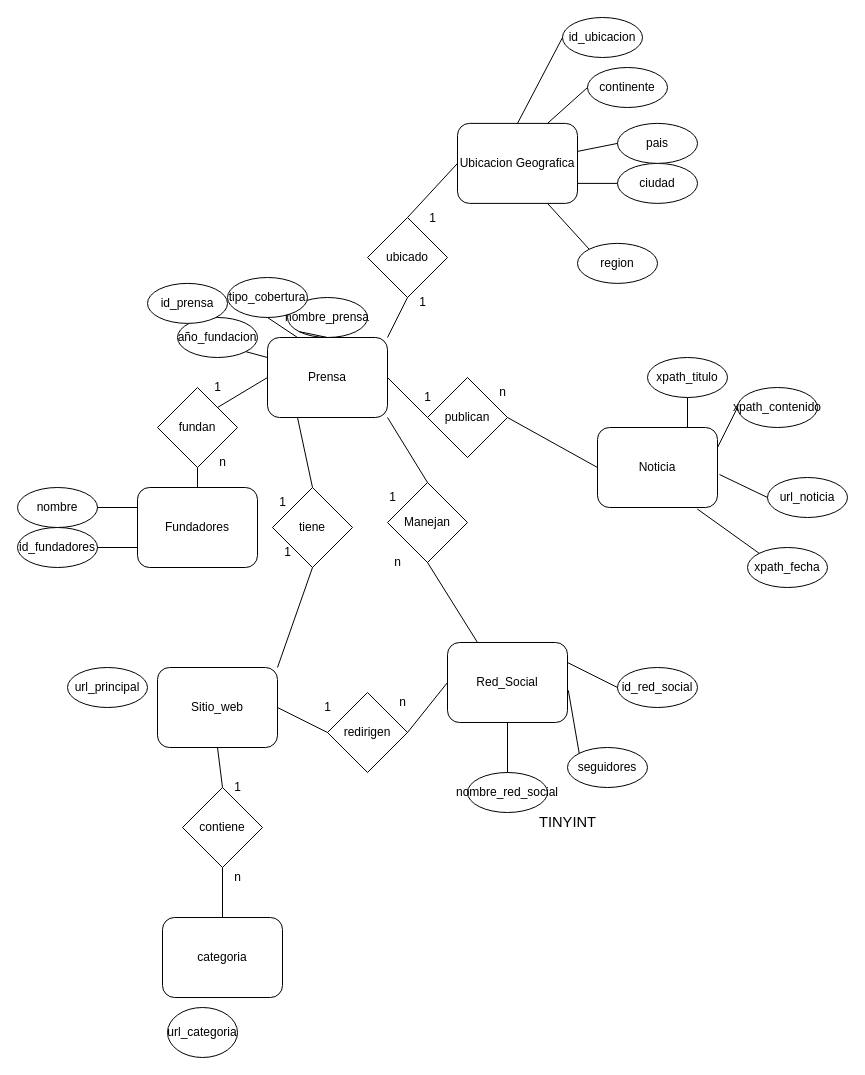
Earlier version of the draw.io diagram Parte-A/CubaMedios.drawio (Paskiben/INFO133-equipo12). Source tidied: cells renumbered, new cells numbered last; positions are measured from the earlier drawing's top-left corner, leaving out a move shared by most shapes. Both pictures are drawn from the tidied source at 100%, with x=0, y=0 at pixel (17, 17).
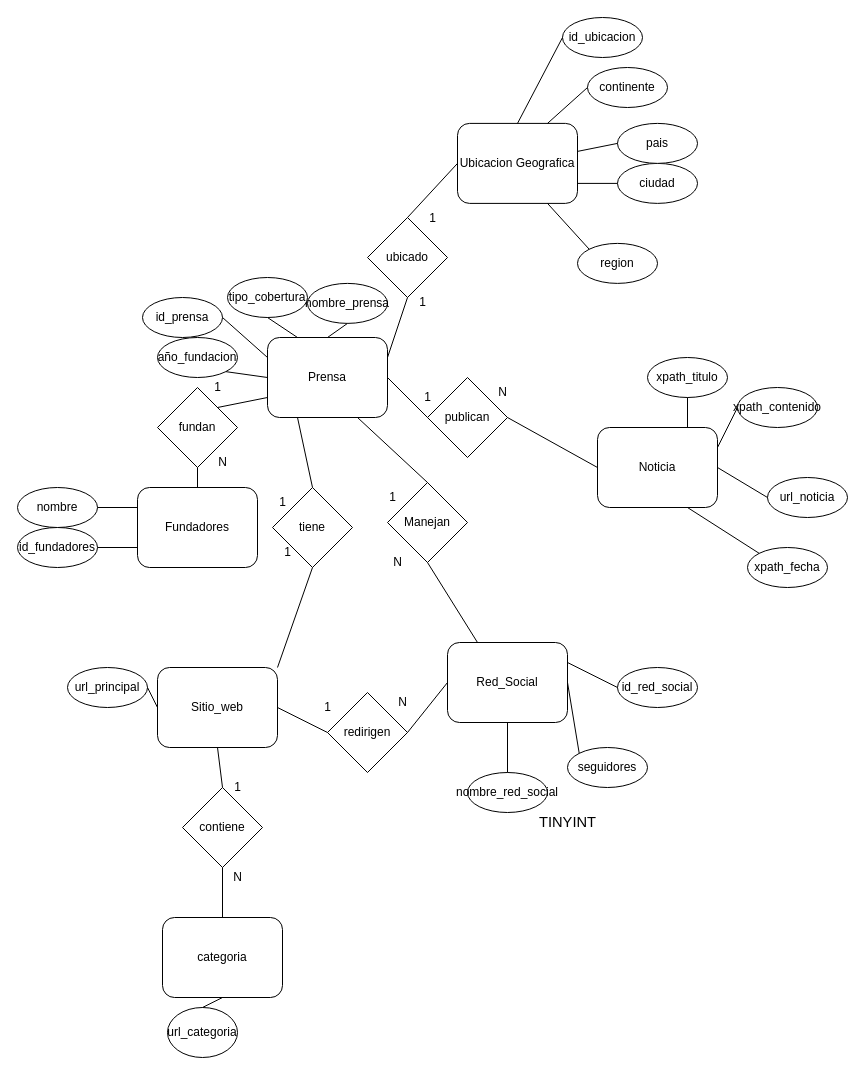
The same page after the edit.

Commit message (it also covers changes not shown here):
Co-authored-by: Espadex <UnEspada@users.noreply.github.com>

The change refers to these unchanged cells:
```xml
<mxCell id="10" value="Prensa" style="rounded=1;whiteSpace=wrap;html=1;" parent="1" vertex="1">
  <mxGeometry x="250" y="320" width="120" height="80" as="geometry" />
</mxCell>
<mxCell id="14" value="Red_Social" style="rounded=1;whiteSpace=wrap;html=1;" parent="1" vertex="1">
  <mxGeometry x="430" y="625" width="120" height="80" as="geometry" />
</mxCell>
<mxCell id="27" value="Noticia" style="rounded=1;whiteSpace=wrap;html=1;" parent="1" vertex="1">
  <mxGeometry x="580" y="410" width="120" height="80" as="geometry" />
</mxCell>
<mxCell id="28" value="url_noticia" style="ellipse;whiteSpace=wrap;html=1;" parent="1" vertex="1">
  <mxGeometry x="750" y="460" width="80" height="40" as="geometry" />
</mxCell>
<mxCell id="30" value="xpath_fecha" style="ellipse;whiteSpace=wrap;html=1;" parent="1" vertex="1">
  <mxGeometry x="730" y="530" width="80" height="40" as="geometry" />
</mxCell>
<mxCell id="36" value="fundan" style="rhombus;whiteSpace=wrap;html=1;" parent="1" vertex="1">
  <mxGeometry x="140" y="370" width="80" height="80" as="geometry" />
</mxCell>
<mxCell id="40" value="Manejan" style="rhombus;whiteSpace=wrap;html=1;" parent="1" vertex="1">
  <mxGeometry x="370" y="465" width="80" height="80" as="geometry" />
</mxCell>
<mxCell id="46" value="ubicado" style="rhombus;whiteSpace=wrap;html=1;" parent="1" vertex="1">
  <mxGeometry x="350" y="200" width="80" height="80" as="geometry" />
</mxCell>
<mxCell id="56" value="seguidores" style="ellipse;whiteSpace=wrap;html=1;" parent="1" vertex="1">
  <mxGeometry x="550" y="730" width="80" height="40" as="geometry" />
</mxCell>
<mxCell id="58" value="categoria" style="rounded=1;whiteSpace=wrap;html=1;" parent="1" vertex="1">
  <mxGeometry x="145" y="900" width="120" height="80" as="geometry" />
</mxCell>
<mxCell id="59" value="url_categoria" style="ellipse;whiteSpace=wrap;html=1;" parent="1" vertex="1">
  <mxGeometry x="150" y="990" width="70" height="50" as="geometry" />
</mxCell>
<mxCell id="60" value="Sitio_web" style="rounded=1;whiteSpace=wrap;html=1;" parent="1" vertex="1">
  <mxGeometry x="140" y="650" width="120" height="80" as="geometry" />
</mxCell>
<mxCell id="77" value="url_principal" style="ellipse;whiteSpace=wrap;html=1;" parent="1" vertex="1">
  <mxGeometry x="50" y="650" width="80" height="40" as="geometry" />
</mxCell>
```

The edit, as a diff of the source:
```diff
@@
     <mxCell id="2" value="nombre_prensa" style="ellipse;whiteSpace=wrap;html=1;" parent="1" vertex="1">
-      <mxGeometry x="270" y="280" width="80" height="40" as="geometry" />
+      <mxGeometry x="290" y="265.9" width="80" height="40" as="geometry" />
     </mxCell>
@@
     <mxCell id="11" value="año_fundacion" style="ellipse;whiteSpace=wrap;html=1;" parent="1" vertex="1">
-      <mxGeometry x="160" y="300" width="80" height="40" as="geometry" />
+      <mxGeometry x="140" y="320" width="80" height="40" as="geometry" />
     </mxCell>
@@
-    <mxCell id="22" style="endArrow=none;html=1;entryX=1;entryY=1;entryDx=0;entryDy=0;exitX=0;exitY=0.25;exitDx=0;exitDy=0;" parent="1" edge="1" source="10" target="11">
+    <mxCell id="22" style="endArrow=none;html=1;entryX=1;entryY=1;entryDx=0;entryDy=0;exitX=0;exitY=0.5;exitDx=0;exitDy=0;" parent="1" edge="1" source="10" target="11">
       <mxGeometry relative="1" as="geometry" />
     </mxCell>
@@
-    <mxCell id="24" style="endArrow=none;html=1;entryX=0;entryY=1;entryDx=0;entryDy=0;exitX=0.5;exitY=0;exitDx=0;exitDy=0;" parent="1" edge="1" source="10" target="2">
+    <mxCell id="24" style="endArrow=none;html=1;entryX=0.5;entryY=1;entryDx=0;entryDy=0;exitX=0.5;exitY=0;exitDx=0;exitDy=0;" parent="1" edge="1" source="10" target="2">
       <mxGeometry relative="1" as="geometry" />
     </mxCell>
@@
-    <mxCell id="29" style="endArrow=none;html=1;entryX=0;entryY=0.5;entryDx=0;entryDy=0;exitX=1.017;exitY=0.588;exitDx=0;exitDy=0;exitPerimeter=0;" parent="1" edge="1" source="27" target="28">
+    <mxCell id="29" style="endArrow=none;html=1;entryX=0;entryY=0.5;entryDx=0;entryDy=0;exitX=1;exitY=0.5;exitDx=0;exitDy=0;" parent="1" edge="1" source="27" target="28">
       <mxGeometry relative="1" as="geometry" />
     </mxCell>
@@
-    <mxCell id="33" style="endArrow=none;html=1;entryX=0;entryY=0;entryDx=0;entryDy=0;exitX=0.831;exitY=1.018;exitDx=0;exitDy=0;exitPerimeter=0;" parent="1" edge="1" source="27" target="30">
+    <mxCell id="33" style="endArrow=none;html=1;entryX=0;entryY=0;entryDx=0;entryDy=0;exitX=0.75;exitY=1;exitDx=0;exitDy=0;" parent="1" edge="1" source="27" target="30">
       <mxGeometry relative="1" as="geometry" />
     </mxCell>
@@
-    <mxCell id="38" style="endArrow=none;html=1;entryX=1;entryY=0;entryDx=0;entryDy=0;exitX=0;exitY=0.5;exitDx=0;exitDy=0;" parent="1" edge="1" source="10" target="36">
+    <mxCell id="38" style="endArrow=none;html=1;entryX=1;entryY=0;entryDx=0;entryDy=0;exitX=0;exitY=0.75;exitDx=0;exitDy=0;" parent="1" edge="1" source="10" target="36">
       <mxGeometry relative="1" as="geometry" />
     </mxCell>
-    <mxCell id="39" value="n" style="text;html=1;align=center;verticalAlign=middle;strokeColor=none;fillColor=none;" parent="1" vertex="1">
+    <mxCell id="39" value="N" style="text;html=1;align=center;verticalAlign=middle;strokeColor=none;fillColor=none;" parent="1" vertex="1">
       <mxGeometry x="190" y="430" width="30" height="30" as="geometry" />
     </mxCell>
@@
-    <mxCell id="42" style="endArrow=none;html=1;entryX=0.5;entryY=0;entryDx=0;entryDy=0;exitX=1;exitY=1;exitDx=0;exitDy=0;" parent="1" edge="1" source="10" target="40">
+    <mxCell id="42" style="endArrow=none;html=1;entryX=0.5;entryY=0;entryDx=0;entryDy=0;exitX=0.75;exitY=1;exitDx=0;exitDy=0;" parent="1" edge="1" source="10" target="40">
       <mxGeometry relative="1" as="geometry" />
     </mxCell>
-    <mxCell id="43" value="n" style="text;html=1;align=center;verticalAlign=middle;strokeColor=none;fillColor=none;" parent="1" vertex="1">
+    <mxCell id="43" value="N" style="text;html=1;align=center;verticalAlign=middle;strokeColor=none;fillColor=none;" parent="1" vertex="1">
       <mxGeometry x="365" y="530" width="30" height="30" as="geometry" />
     </mxCell>
@@
-    <mxCell id="47" style="endArrow=none;html=1;entryX=0.5;entryY=1;entryDx=0;entryDy=0;exitX=1;exitY=0;exitDx=0;exitDy=0;" parent="1" edge="1" source="10" target="46">
+    <mxCell id="47" style="endArrow=none;html=1;entryX=0.5;entryY=1;entryDx=0;entryDy=0;exitX=1;exitY=0.25;exitDx=0;exitDy=0;" parent="1" edge="1" source="10" target="46">
       <mxGeometry relative="1" as="geometry" />
     </mxCell>
@@
-    <mxCell id="55" value="n" style="text;html=1;align=center;verticalAlign=middle;strokeColor=none;fillColor=none;" parent="1" vertex="1">
+    <mxCell id="55" value="N" style="text;html=1;align=center;verticalAlign=middle;strokeColor=none;fillColor=none;" parent="1" vertex="1">
       <mxGeometry x="470" y="360" width="30" height="30" as="geometry" />
     </mxCell>
@@
-    <mxCell id="57" style="endArrow=none;html=1;entryX=0;entryY=0;entryDx=0;entryDy=0;exitX=1.007;exitY=0.599;exitDx=0;exitDy=0;exitPerimeter=0;" parent="1" edge="1" source="14" target="56">
+    <mxCell id="57" style="endArrow=none;html=1;entryX=0;entryY=0;entryDx=0;entryDy=0;exitX=1;exitY=0.5;exitDx=0;exitDy=0;" parent="1" edge="1" source="14" target="56">
       <mxGeometry relative="1" as="geometry" />
     </mxCell>
@@
-    <mxCell id="70" value="n" style="text;html=1;align=center;verticalAlign=middle;strokeColor=none;fillColor=none;" parent="1" vertex="1">
+    <mxCell id="70" value="N" style="text;html=1;align=center;verticalAlign=middle;strokeColor=none;fillColor=none;" parent="1" vertex="1">
       <mxGeometry x="370" y="670" width="30" height="30" as="geometry" />
     </mxCell>
@@
-    <mxCell id="75" value="n" style="text;html=1;align=center;verticalAlign=middle;strokeColor=none;fillColor=none;" parent="1" vertex="1">
+    <mxCell id="75" value="N" style="text;html=1;align=center;verticalAlign=middle;strokeColor=none;fillColor=none;" parent="1" vertex="1">
       <mxGeometry x="205" y="845" width="30" height="30" as="geometry" />
     </mxCell>
@@
     <mxCell id="82" value="id_prensa" style="ellipse;whiteSpace=wrap;html=1;" parent="1" vertex="1">
-      <mxGeometry x="130" y="265.9" width="80" height="40" as="geometry" />
+      <mxGeometry x="125" y="280" width="80" height="40" as="geometry" />
     </mxCell>
+    <mxCell id="83" style="endArrow=none;html=1;entryX=1;entryY=0.5;entryDx=0;entryDy=0;exitX=0;exitY=0.25;exitDx=0;exitDy=0;" parent="1" edge="1" source="10" target="82">
+      <mxGeometry relative="1" as="geometry" />
+    </mxCell>
+    <mxCell id="84" style="endArrow=none;html=1;entryX=0.5;entryY=0;entryDx=0;entryDy=0;exitX=0.5;exitY=1;exitDx=0;exitDy=0;" parent="1" edge="1" source="58" target="59">
+      <mxGeometry relative="1" as="geometry" />
+    </mxCell>
+    <mxCell id="85" style="endArrow=none;html=1;entryX=0;entryY=0.5;entryDx=0;entryDy=0;exitX=1;exitY=0.5;exitDx=0;exitDy=0;" parent="1" edge="1" source="77" target="60">
+      <mxGeometry relative="1" as="geometry" />
+    </mxCell>
```
